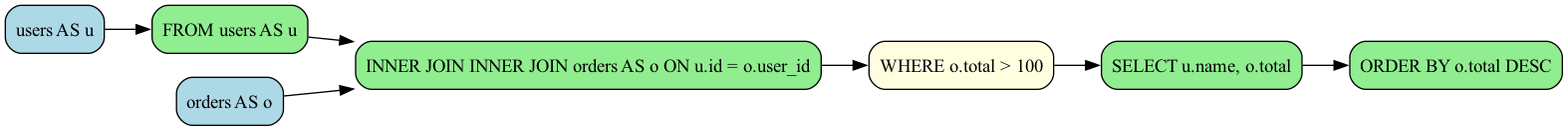
rot1024/sqloflow keeps this Graphviz diagram as examples/join_operation.png. Above is the earlier version. Its source is kept beside it as examples/join_operation.dot.
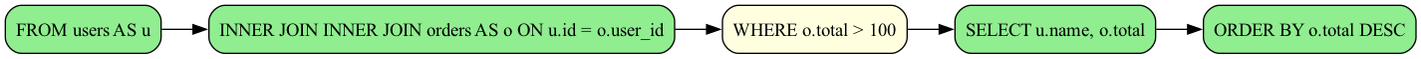
After the commit.

The edit, as a diff of the source:
```diff
@@ -2,18 +2,14 @@
   rankdir=LR;
   node [shape=box, style=rounded];
 
-  node_0 [label="users AS u", fillcolor=lightblue, style="filled,rounded"];
-  node_2 [label="orders AS o", fillcolor=lightblue, style="filled,rounded"];
-  node_1 [label="FROM users AS u", fillcolor=lightgreen, style="filled,rounded"];
-  node_3 [label="INNER JOIN INNER JOIN orders AS o ON u.id = o.user_id", fillcolor=lightgreen, style="filled,rounded"];
-  node_5 [label="SELECT u.name, o.total", fillcolor=lightgreen, style="filled,rounded"];
-  node_6 [label="ORDER BY o.total DESC", fillcolor=lightgreen, style="filled,rounded"];
-  node_4 [label="WHERE o.total > 100", fillcolor=lightyellow, style="filled,rounded"];
+  node_0 [label="FROM users AS u", fillcolor=lightgreen, style="filled,rounded"];
+  node_1 [label="INNER JOIN INNER JOIN orders AS o ON u.id = o.user_id", fillcolor=lightgreen, style="filled,rounded"];
+  node_3 [label="SELECT u.name, o.total", fillcolor=lightgreen, style="filled,rounded"];
+  node_4 [label="ORDER BY o.total DESC", fillcolor=lightgreen, style="filled,rounded"];
+  node_2 [label="WHERE o.total > 100", fillcolor=lightyellow, style="filled,rounded"];
 
   node_0 -> node_1 [color=black];
-  node_1 -> node_3 [color=black];
+  node_1 -> node_2 [color=black];
   node_2 -> node_3 [color=black];
   node_3 -> node_4 [color=black];
-  node_4 -> node_5 [color=black];
-  node_5 -> node_6 [color=black];
 }
```
